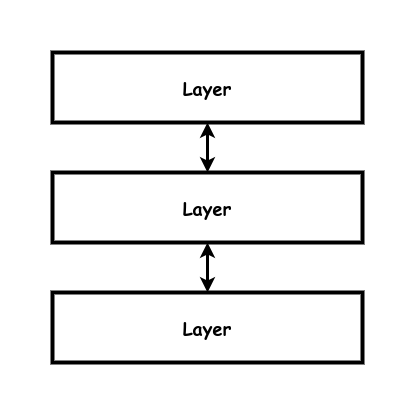
garfix/architectural-patterns keeps this draw.io diagram as images/layered.drawio.png. Above is the earlier version. Source tidied: cells renumbered, new cells last; positions are measured from the earlier drawing's top-left corner, leaving out a move shared by most shapes. Its diagram source:
```xml
<mxGraphModel>
  <root>
    <mxCell id="0" />
    <mxCell id="1" parent="0" />
    <mxCell id="2" value="&lt;b style=&quot;font-size: 18px;&quot;&gt;Layer&lt;br&gt;&lt;/b&gt;" style="rounded=0;whiteSpace=wrap;html=1;strokeWidth=4;fontFamily=Comic Sans MS;fontSize=18;" parent="1" vertex="1">
      <mxGeometry width="310" height="70" as="geometry" />
    </mxCell>
    <mxCell id="3" value="&lt;b style=&quot;font-size: 18px;&quot;&gt;Layer&lt;br&gt;&lt;/b&gt;" style="rounded=0;whiteSpace=wrap;html=1;strokeWidth=4;fontFamily=Comic Sans MS;fontSize=18;" parent="1" vertex="1">
      <mxGeometry y="120" width="310" height="70" as="geometry" />
    </mxCell>
    <mxCell id="4" value="&lt;b style=&quot;font-size: 18px;&quot;&gt;Layer&lt;br&gt;&lt;/b&gt;" style="rounded=0;whiteSpace=wrap;html=1;strokeWidth=4;fontFamily=Comic Sans MS;fontSize=18;" parent="1" vertex="1">
      <mxGeometry y="240" width="310" height="70" as="geometry" />
    </mxCell>
    <mxCell id="5" style="endArrow=classic;html=1;rounded=0;strokeWidth=3;endFill=1;startArrow=classic;startFill=1;" parent="1" edge="1" source="2" target="3">
      <mxGeometry relative="1" as="geometry" />
    </mxCell>
    <mxCell id="6" style="endArrow=classic;html=1;rounded=0;strokeWidth=3;endFill=1;startArrow=classic;startFill=1;" parent="1" edge="1" source="3" target="4">
      <mxGeometry relative="1" as="geometry" />
    </mxCell>
  </root>
</mxGraphModel>
```
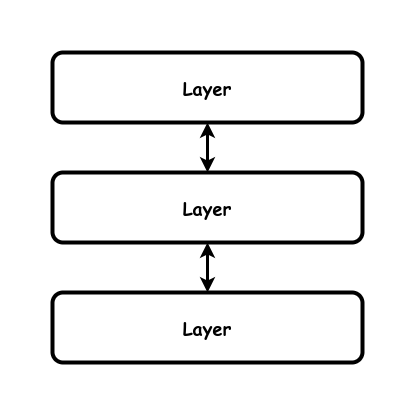
Above is the later version.

What changed in the source:
```diff
@@ -2,13 +2,13 @@
   <root>
     <mxCell id="0" />
     <mxCell id="1" parent="0" />
-    <mxCell id="2" value="&lt;b style=&quot;font-size: 18px;&quot;&gt;Layer&lt;br&gt;&lt;/b&gt;" style="rounded=0;whiteSpace=wrap;html=1;strokeWidth=4;fontFamily=Comic Sans MS;fontSize=18;" parent="1" vertex="1">
+    <mxCell id="2" value="&lt;b style=&quot;font-size: 18px;&quot;&gt;Layer&lt;br&gt;&lt;/b&gt;" style="rounded=1;whiteSpace=wrap;html=1;strokeWidth=4;fontFamily=Comic Sans MS;fontSize=18;" parent="1" vertex="1">
       <mxGeometry width="310" height="70" as="geometry" />
     </mxCell>
-    <mxCell id="3" value="&lt;b style=&quot;font-size: 18px;&quot;&gt;Layer&lt;br&gt;&lt;/b&gt;" style="rounded=0;whiteSpace=wrap;html=1;strokeWidth=4;fontFamily=Comic Sans MS;fontSize=18;" parent="1" vertex="1">
+    <mxCell id="3" value="&lt;b style=&quot;font-size: 18px;&quot;&gt;Layer&lt;br&gt;&lt;/b&gt;" style="rounded=1;whiteSpace=wrap;html=1;strokeWidth=4;fontFamily=Comic Sans MS;fontSize=18;" parent="1" vertex="1">
       <mxGeometry y="120" width="310" height="70" as="geometry" />
     </mxCell>
-    <mxCell id="4" value="&lt;b style=&quot;font-size: 18px;&quot;&gt;Layer&lt;br&gt;&lt;/b&gt;" style="rounded=0;whiteSpace=wrap;html=1;strokeWidth=4;fontFamily=Comic Sans MS;fontSize=18;" parent="1" vertex="1">
+    <mxCell id="4" value="&lt;b style=&quot;font-size: 18px;&quot;&gt;Layer&lt;br&gt;&lt;/b&gt;" style="rounded=1;whiteSpace=wrap;html=1;strokeWidth=4;fontFamily=Comic Sans MS;fontSize=18;" parent="1" vertex="1">
       <mxGeometry y="240" width="310" height="70" as="geometry" />
     </mxCell>
     <mxCell id="5" style="endArrow=classic;html=1;rounded=0;strokeWidth=3;endFill=1;startArrow=classic;startFill=1;" parent="1" edge="1" source="2" target="3">
```
